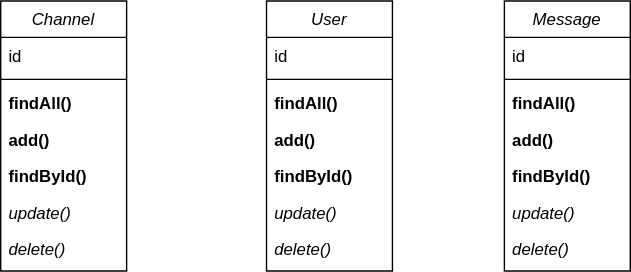
This is src/main/java/com/example/demo/DbDiagram.svg from ghezaliwahiba/SlackProjetFinal, a draw.io export, as it was before one commit. Source tidied: cells renumbered, new cells last; positions are measured from the earlier drawing's top-left corner, leaving out a move shared by most shapes.
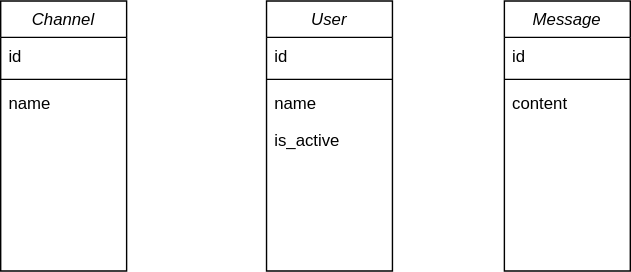
The same diagram one commit later.

What changed in the source:
```diff
@@ -11,21 +11,9 @@
     <mxCell id="4" style="line;html=1;strokeWidth=1;align=left;verticalAlign=middle;spacingTop=-1;spacingLeft=3;spacingRight=3;labelPosition=right;" parent="2" vertex="1">
       <mxGeometry y="52" width="90" height="8" as="geometry" />
     </mxCell>
-    <mxCell id="5" value="findAll()" style="text;align=left;verticalAlign=top;spacingLeft=4;spacingRight=4;overflow=hidden;fontStyle=1;" parent="2" vertex="1">
+    <mxCell id="5" value="name" style="text;align=left;verticalAlign=top;spacingLeft=4;spacingRight=4;overflow=hidden;fontStyle=0;" parent="2" vertex="1">
       <mxGeometry y="60" width="90" height="26" as="geometry" />
     </mxCell>
-    <mxCell id="6" value="add()" style="text;align=left;verticalAlign=top;spacingLeft=4;spacingRight=4;overflow=hidden;fontStyle=1;" parent="2" vertex="1">
-      <mxGeometry y="86" width="90" height="26" as="geometry" />
-    </mxCell>
-    <mxCell id="7" value="findById()" style="text;align=left;verticalAlign=top;spacingLeft=4;spacingRight=4;overflow=hidden;fontStyle=1;" parent="2" vertex="1">
-      <mxGeometry y="112" width="90" height="26" as="geometry" />
-    </mxCell>
-    <mxCell id="8" value="update()" style="text;align=left;verticalAlign=top;spacingLeft=4;spacingRight=4;overflow=hidden;fontStyle=2;" parent="2" vertex="1">
-      <mxGeometry y="138" width="90" height="26" as="geometry" />
-    </mxCell>
-    <mxCell id="9" value="delete()" style="text;align=left;verticalAlign=top;spacingLeft=4;spacingRight=4;overflow=hidden;fontStyle=2;" parent="2" vertex="1">
-      <mxGeometry y="164" width="90" height="26" as="geometry" />
-    </mxCell>
     <mxCell id="10" value="User" style="swimlane;fontStyle=2;align=center;verticalAlign=top;horizontal=1;startSize=26;rounded=0;shadow=0;strokeWidth=1;" parent="1" vertex="1">
       <mxGeometry x="190" width="90" height="193" as="geometry" />
     </mxCell>
@@ -35,21 +23,12 @@
     <mxCell id="12" style="line;html=1;strokeWidth=1;align=left;verticalAlign=middle;spacingTop=-1;spacingLeft=3;spacingRight=3;labelPosition=right;" parent="10" vertex="1">
       <mxGeometry y="52" width="90" height="8" as="geometry" />
     </mxCell>
-    <mxCell id="13" value="findAll()" style="text;align=left;verticalAlign=top;spacingLeft=4;spacingRight=4;overflow=hidden;fontStyle=1;" parent="10" vertex="1">
+    <mxCell id="13" value="name" style="text;align=left;verticalAlign=top;spacingLeft=4;spacingRight=4;overflow=hidden;fontStyle=0;" parent="10" vertex="1">
       <mxGeometry y="60" width="90" height="26" as="geometry" />
     </mxCell>
-    <mxCell id="14" value="add()" style="text;align=left;verticalAlign=top;spacingLeft=4;spacingRight=4;overflow=hidden;fontStyle=1;" parent="10" vertex="1">
-      <mxGeometry y="86" width="90" height="26" as="geometry" />
-    </mxCell>
-    <mxCell id="15" value="findById()" style="text;align=left;verticalAlign=top;spacingLeft=4;spacingRight=4;overflow=hidden;fontStyle=1;" parent="10" vertex="1">
-      <mxGeometry y="112" width="90" height="26" as="geometry" />
-    </mxCell>
-    <mxCell id="16" value="update()" style="text;align=left;verticalAlign=top;spacingLeft=4;spacingRight=4;overflow=hidden;fontStyle=2;" parent="10" vertex="1">
-      <mxGeometry y="138" width="90" height="26" as="geometry" />
-    </mxCell>
-    <mxCell id="17" value="delete()" style="text;align=left;verticalAlign=top;spacingLeft=4;spacingRight=4;overflow=hidden;fontStyle=2;" parent="10" vertex="1">
-      <mxGeometry y="164" width="90" height="26" as="geometry" />
-    </mxCell>
+    <mxCell id="26" value="is_active" style="text;align=left;verticalAlign=top;spacingLeft=4;spacingRight=4;overflow=hidden;fontStyle=0;" parent="10" vertex="1">
+      <mxGeometry y="86" width="90" height="26" as="geometry" />
+    </mxCell>
     <mxCell id="18" value="Message" style="swimlane;fontStyle=2;align=center;verticalAlign=top;horizontal=1;startSize=26;rounded=0;shadow=0;strokeWidth=1;" parent="1" vertex="1">
       <mxGeometry x="360" width="90" height="193" as="geometry" />
     </mxCell>
@@ -59,20 +38,8 @@
     <mxCell id="20" style="line;html=1;strokeWidth=1;align=left;verticalAlign=middle;spacingTop=-1;spacingLeft=3;spacingRight=3;labelPosition=right;" parent="18" vertex="1">
       <mxGeometry y="52" width="90" height="8" as="geometry" />
     </mxCell>
-    <mxCell id="21" value="findAll()" style="text;align=left;verticalAlign=top;spacingLeft=4;spacingRight=4;overflow=hidden;fontStyle=1;" parent="18" vertex="1">
+    <mxCell id="21" value="content" style="text;align=left;verticalAlign=top;spacingLeft=4;spacingRight=4;overflow=hidden;fontStyle=0;" parent="18" vertex="1">
       <mxGeometry y="60" width="90" height="26" as="geometry" />
     </mxCell>
-    <mxCell id="22" value="add()" style="text;align=left;verticalAlign=top;spacingLeft=4;spacingRight=4;overflow=hidden;fontStyle=1;" parent="18" vertex="1">
-      <mxGeometry y="86" width="90" height="26" as="geometry" />
-    </mxCell>
-    <mxCell id="23" value="findById()" style="text;align=left;verticalAlign=top;spacingLeft=4;spacingRight=4;overflow=hidden;fontStyle=1;" parent="18" vertex="1">
-      <mxGeometry y="112" width="90" height="26" as="geometry" />
-    </mxCell>
-    <mxCell id="24" value="update()" style="text;align=left;verticalAlign=top;spacingLeft=4;spacingRight=4;overflow=hidden;fontStyle=2;" parent="18" vertex="1">
-      <mxGeometry y="138" width="90" height="26" as="geometry" />
-    </mxCell>
-    <mxCell id="25" value="delete()" style="text;align=left;verticalAlign=top;spacingLeft=4;spacingRight=4;overflow=hidden;fontStyle=2;" parent="18" vertex="1">
-      <mxGeometry y="164" width="90" height="26" as="geometry" />
-    </mxCell>
   </root>
 </mxGraphModel>
```
